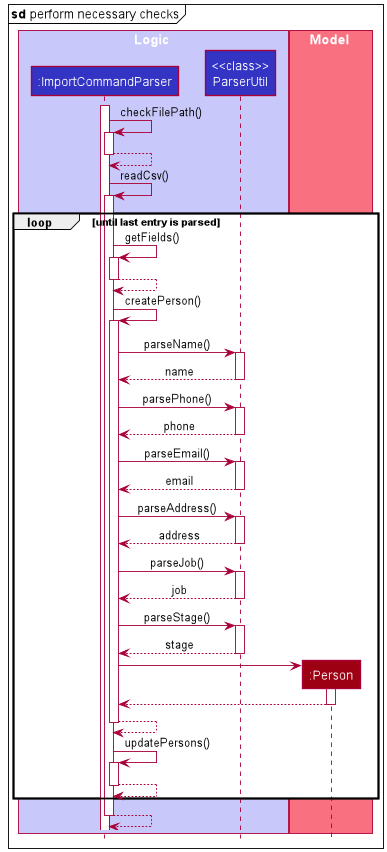
This is docs/images/ImportCheckSequenceDiagram.png from rcjj98/tp, a PlantUML export, as it was before one commit.
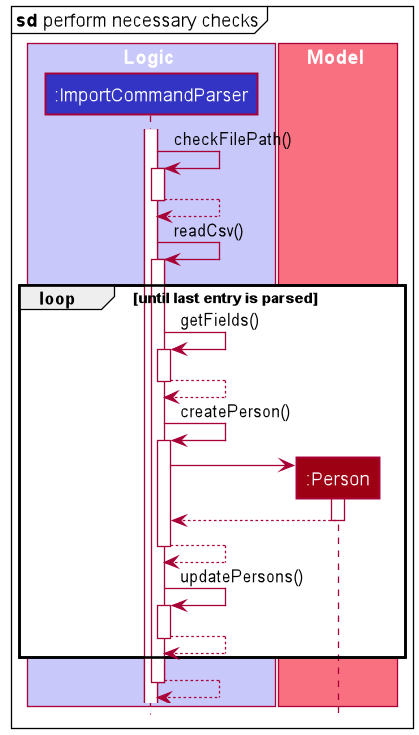
Later version of the same file.

Commit message:
update sequence diagram

What changed in the source:
```diff
@@ -5,7 +5,6 @@
 
 box Logic LOGIC_COLOR_T1
 participant ":ImportCommandParser" as ImportCommandParser LOGIC_COLOR
-participant "<<class>>\nParserUtil" as ParserUtil LOGIC_COLOR
 end box
 
 box Model MODEL_COLOR_T1
@@ -31,36 +30,6 @@
 ImportCommandParser -> ImportCommandParser : createPerson()
 activate ImportCommandParser
 
-ImportCommandParser -> ParserUtil : parseName()
-activate ParserUtil
-ParserUtil --> ImportCommandParser : name
-deactivate ParserUtil
-
-ImportCommandParser -> ParserUtil : parsePhone()
-activate ParserUtil
-ParserUtil --> ImportCommandParser : phone
-deactivate ParserUtil
-
-ImportCommandParser -> ParserUtil : parseEmail()
-activate ParserUtil
-ParserUtil --> ImportCommandParser : email
-deactivate ParserUtil
-
-ImportCommandParser -> ParserUtil : parseAddress()
-activate ParserUtil
-ParserUtil --> ImportCommandParser : address
-deactivate ParserUtil
-
-ImportCommandParser -> ParserUtil : parseJob()
-activate ParserUtil
-ParserUtil --> ImportCommandParser : job
-deactivate ParserUtil
-
-ImportCommandParser -> ParserUtil : parseStage()
-activate ParserUtil
-ParserUtil --> ImportCommandParser : stage
-deactivate ParserUtil
-
 create Person
 ImportCommandParser -> Person
 activate Person
```
